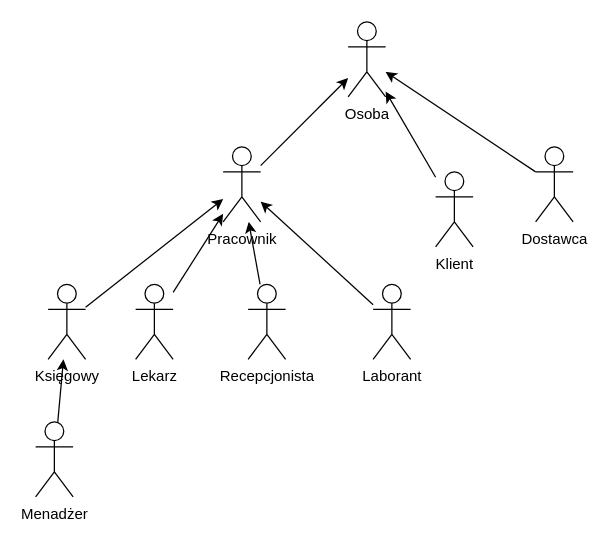
MarekMichali/vet-clinic keeps this draw.io diagram as actors.drawio. Above is the earlier version. Source tidied: cells renumbered, new cells numbered last; positions are measured from the earlier drawing's top-left corner, leaving out a move shared by most shapes. Both pictures are drawn from the tidied source at 125%, with x=0, y=0 at pixel (35, 21).
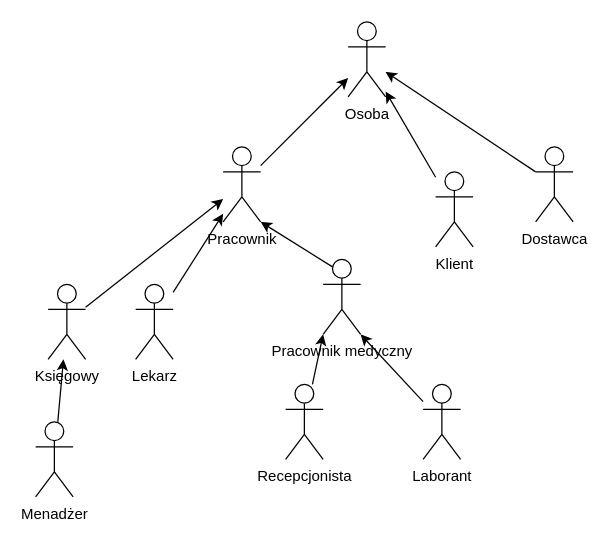
After the change.

The change refers to these unchanged cells:
```xml
<mxCell id="3" value="Pracownik" style="shape=umlActor;verticalLabelPosition=bottom;verticalAlign=top;html=1;outlineConnect=0;" parent="1" vertex="1">
  <mxGeometry x="150" y="100" width="30" height="60" as="geometry" />
</mxCell>
```

Diff of the diagram source:
```diff
@@
-    <mxCell id="7" style="edgeStyle=none;html=1;" parent="1" edge="1" source="8" target="3">
+    <mxCell id="7" style="edgeStyle=none;html=1;entryX=0;entryY=1;entryDx=0;entryDy=0;entryPerimeter=0;" parent="1" edge="1" source="8" target="20">
       <mxGeometry relative="1" as="geometry" />
     </mxCell>
     <mxCell id="8" value="Recepcjonista" style="shape=umlActor;verticalLabelPosition=bottom;verticalAlign=top;html=1;outlineConnect=0;" parent="1" vertex="1">
-      <mxGeometry x="170" y="210" width="30" height="60" as="geometry" />
+      <mxGeometry x="200" y="290" width="30" height="60" as="geometry" />
     </mxCell>
-    <mxCell id="9" style="edgeStyle=none;html=1;" parent="1" edge="1" source="10" target="3">
+    <mxCell id="9" style="edgeStyle=none;html=1;entryX=1;entryY=1;entryDx=0;entryDy=0;entryPerimeter=0;" parent="1" edge="1" source="10" target="20">
       <mxGeometry relative="1" as="geometry" />
     </mxCell>
     <mxCell id="10" value="Laborant" style="shape=umlActor;verticalLabelPosition=bottom;verticalAlign=top;html=1;outlineConnect=0;" parent="1" vertex="1">
-      <mxGeometry x="270" y="210" width="30" height="60" as="geometry" />
+      <mxGeometry x="310" y="290" width="30" height="60" as="geometry" />
     </mxCell>
@@
+    <mxCell id="19" style="edgeStyle=none;html=1;exitX=0.25;exitY=0.1;exitDx=0;exitDy=0;exitPerimeter=0;entryX=1;entryY=1;entryDx=0;entryDy=0;entryPerimeter=0;" parent="1" edge="1" source="20" target="3">
+      <mxGeometry relative="1" as="geometry" />
+    </mxCell>
+    <mxCell id="20" value="Pracownik medyczny" style="shape=umlActor;verticalLabelPosition=bottom;verticalAlign=top;html=1;outlineConnect=0;" parent="1" vertex="1">
+      <mxGeometry x="230" y="190" width="30" height="60" as="geometry" />
+    </mxCell>
```
